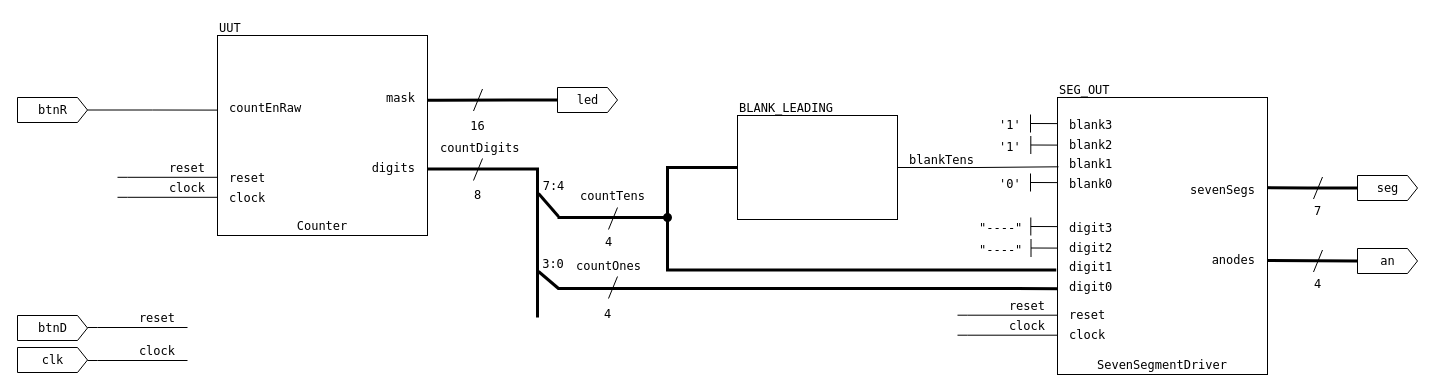
This is lab03/designs/Counter_BASYS3.drawio from massette/vhdl-spr25, a draw.io file, before an edit. Source tidied: cells renumbered, new cells numbered last; positions are measured from the earlier drawing's top-left corner, leaving out a move shared by most shapes. Both pictures are drawn from the tidied source at 100%, with x=0, y=0 at pixel (17, 17).
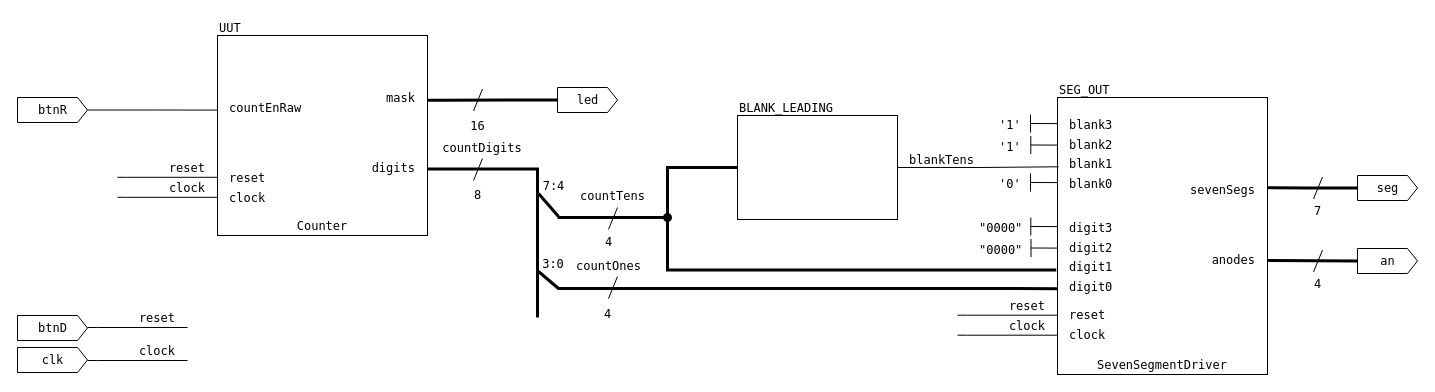
Above is the later version.

Diff of the diagram source:
```diff
@@
-    <mxCell id="25" value="countDigits" style="text;html=1;align=left;verticalAlign=bottom;whiteSpace=wrap;rounded=0;fontFamily=Lucida Console;fontStyle=0;" parent="1" vertex="1">
-      <mxGeometry x="421" y="120" width="70" height="20" as="geometry" />
+    <mxCell id="25" value="countDigits" style="text;html=1;align=center;verticalAlign=bottom;whiteSpace=wrap;rounded=0;fontFamily=Lucida Console;fontStyle=0;" parent="1" vertex="1">
+      <mxGeometry x="410" y="120" width="110" height="20" as="geometry" />
     </mxCell>
@@
-    <mxCell id="72" value="&quot;----&quot;" style="text;html=1;align=left;verticalAlign=bottom;whiteSpace=wrap;rounded=0;fontFamily=Lucida Console;fontStyle=0;" parent="1" vertex="1">
+    <mxCell id="72" value="&quot;0000&quot;" style="text;html=1;align=left;verticalAlign=bottom;whiteSpace=wrap;rounded=0;fontFamily=Lucida Console;fontStyle=0;" parent="1" vertex="1">
       <mxGeometry x="960" y="200" width="50.3" height="20" as="geometry" />
     </mxCell>
@@
-    <mxCell id="75" value="&quot;----&quot;" style="text;html=1;align=left;verticalAlign=bottom;whiteSpace=wrap;rounded=0;fontFamily=Lucida Console;fontStyle=0;" parent="1" vertex="1">
+    <mxCell id="75" value="&quot;0000&quot;" style="text;html=1;align=left;verticalAlign=bottom;whiteSpace=wrap;rounded=0;fontFamily=Lucida Console;fontStyle=0;" parent="1" vertex="1">
       <mxGeometry x="960" y="221.5" width="50.5" height="20" as="geometry" />
     </mxCell>
@@
-    <mxCell id="82" style="endArrow=none;html=1;rounded=0;strokeWidth=1;fontStyle=0;" parent="1" edge="1">
+    <mxCell id="82" style="endArrow=none;html=1;rounded=0;strokeWidth=1;fontStyle=0;align=center;" parent="1" edge="1">
       <mxGeometry relative="1" as="geometry">
         <mxPoint x="456" y="163" as="sourcePoint" />
         <mxPoint x="465" y="141" as="targetPoint" />
       </mxGeometry>
     </mxCell>
```
